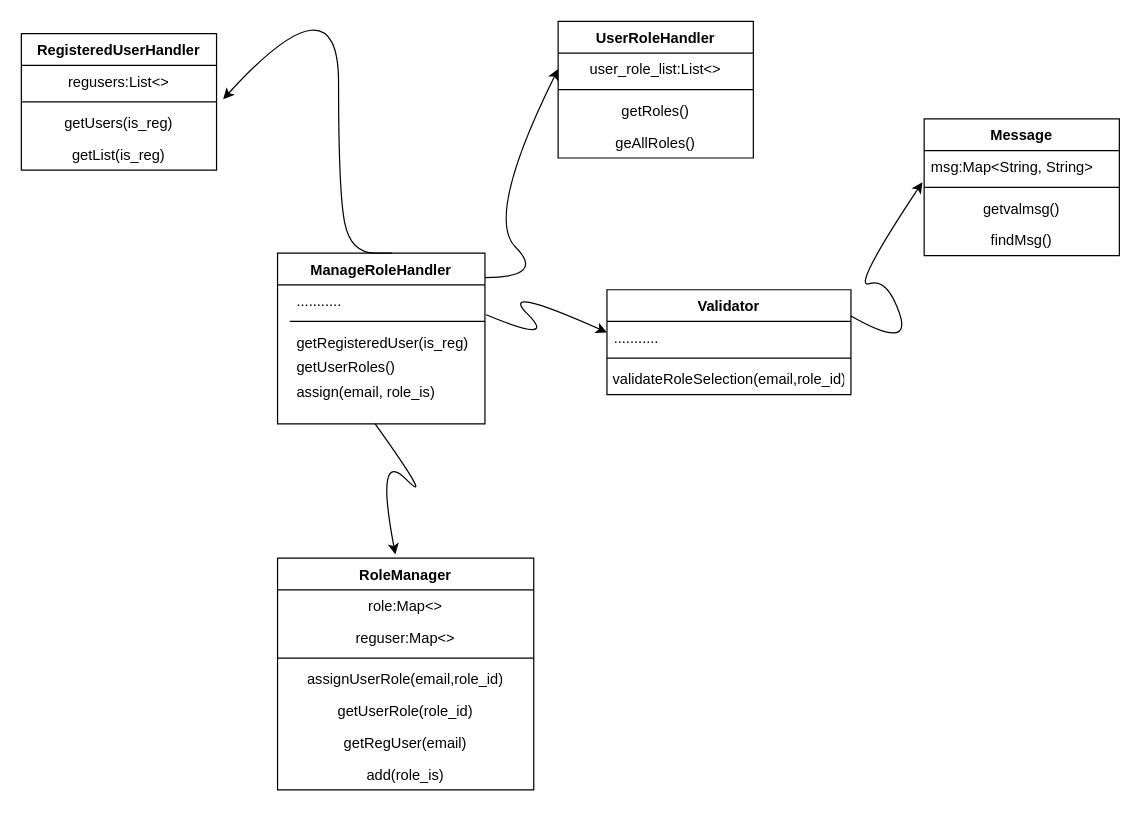
This is page "Page-4" (4 of 4) of operation_diagram_1.drawio from jonamadk/DrawIO, a draw.io file, before an edit. Source tidied: cells renumbered, new cells numbered last; positions are measured from the earlier drawing's top-left corner, leaving out a move shared by most shapes. Both pictures are drawn from the tidied source at 122%, with x=0, y=0 at pixel (21, -28).
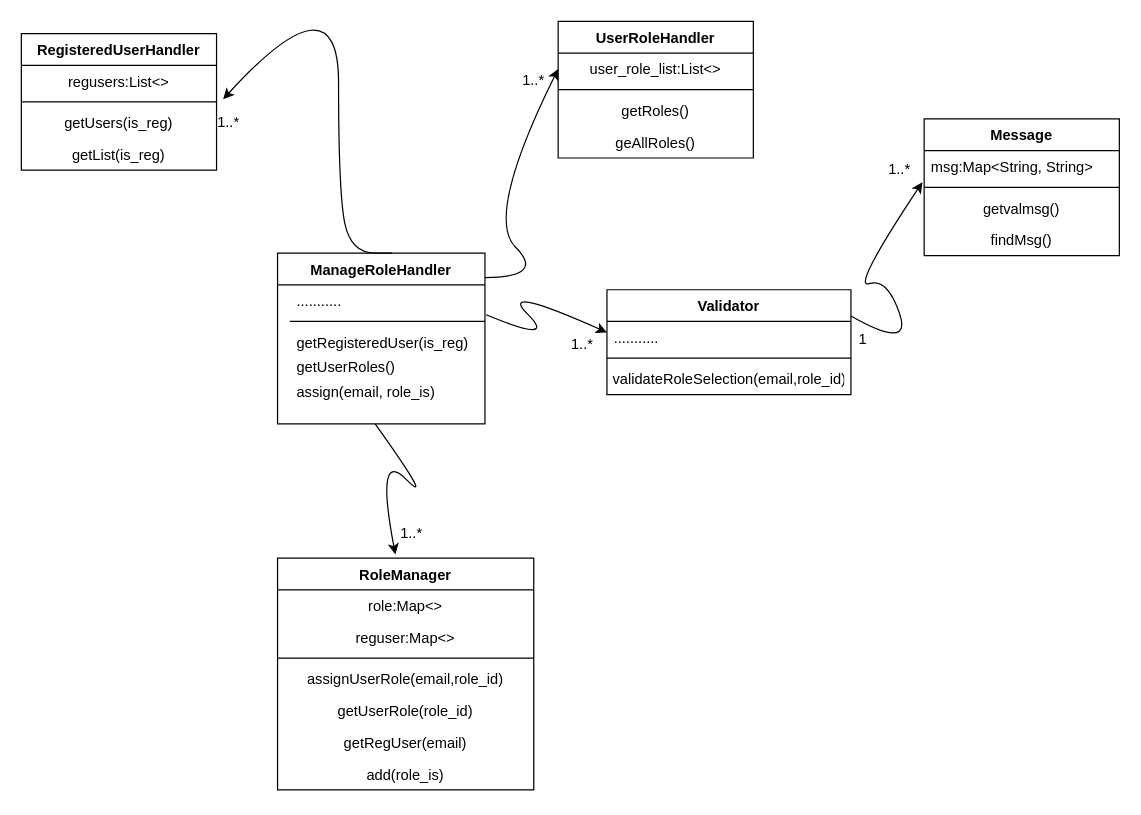
The same diagram, later.

What changed in the source:
```diff
@@
+    <mxCell id="40" value="1" style="text;html=1;align=center;verticalAlign=middle;whiteSpace=wrap;rounded=0;" parent="1" vertex="1">
+      <mxGeometry x="680" y="300" width="20" height="1" as="geometry" />
+    </mxCell>
+    <mxCell id="41" value="1..*" style="text;html=1;align=center;verticalAlign=middle;whiteSpace=wrap;rounded=0;" parent="1" vertex="1">
+      <mxGeometry x="160" y="113" width="20" height="20" as="geometry" />
+    </mxCell>
+    <mxCell id="42" value="1..*" style="text;html=1;align=center;verticalAlign=middle;whiteSpace=wrap;rounded=0;" parent="1" vertex="1">
+      <mxGeometry x="450" y="295" width="20" height="20" as="geometry" />
+    </mxCell>
+    <mxCell id="43" value="1..*" style="text;html=1;align=center;verticalAlign=middle;whiteSpace=wrap;rounded=0;" parent="1" vertex="1">
+      <mxGeometry x="410" y="79" width="20" height="20" as="geometry" />
+    </mxCell>
+    <mxCell id="44" value="1..*" style="text;html=1;align=center;verticalAlign=middle;whiteSpace=wrap;rounded=0;" parent="1" vertex="1">
+      <mxGeometry x="310" y="450" width="20" height="20" as="geometry" />
+    </mxCell>
+    <mxCell id="45" value="1..*" style="text;html=1;align=center;verticalAlign=middle;whiteSpace=wrap;rounded=0;" parent="1" vertex="1">
+      <mxGeometry x="710" y="152" width="20" height="20" as="geometry" />
+    </mxCell>
```
